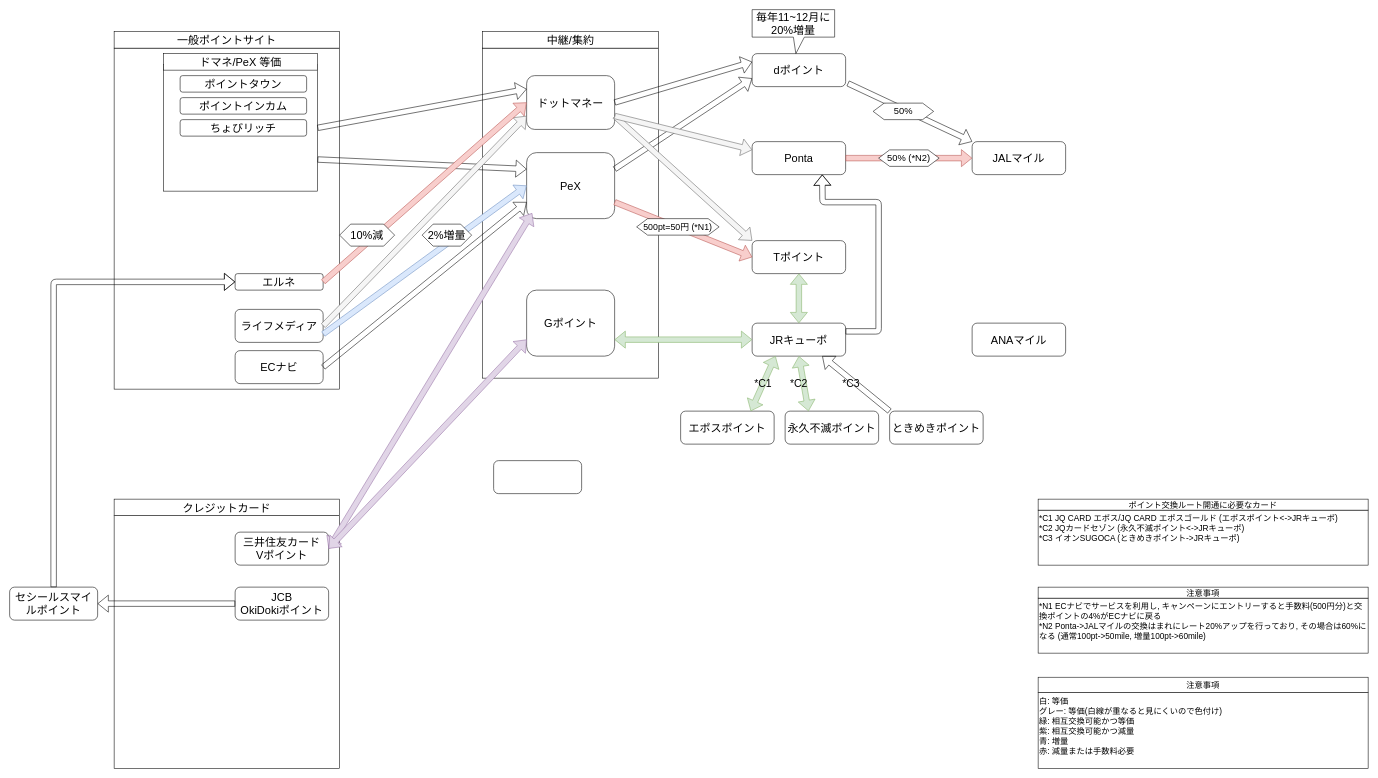
Above: ポイントフロー.drawio in hiroxto/point-flow (draw.io), before the change. Source tidied: cells renumbered, new cells numbered last; positions are measured from the earlier drawing's top-left corner, leaving out a move shared by most shapes. Both pictures are drawn from the tidied source at 55%, with x=0, y=0 at pixel (9, 9).
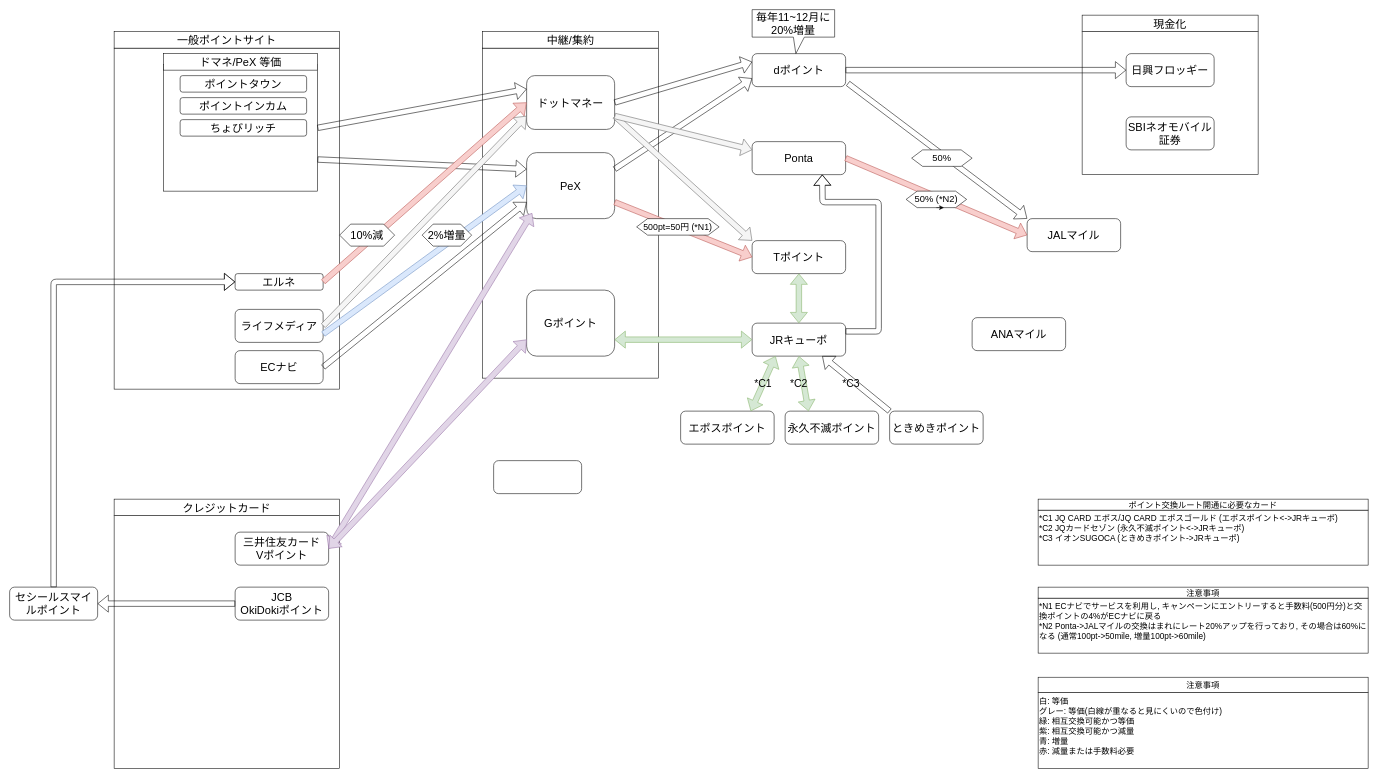
The same diagram, later.

Commit message:
Update ポイントフロー.drawio

Unchanged cells that the change refers to:
```xml
<mxCell id="49" value="&lt;div style=&quot;font-size: 20px;&quot; align=&quot;center&quot;&gt;&lt;font style=&quot;font-size: 20px;&quot;&gt;dポイント&lt;/font&gt;&lt;/div&gt;" style="rounded=1;whiteSpace=wrap;html=1;align=center;fontSize=20;" parent="48" vertex="1">
  <mxGeometry y="75" width="170" height="60" as="geometry" />
</mxCell>
```

The edit, as a diff of the source:
```diff
@@
+    <mxCell id="77" style="group;" parent="1" vertex="1">
+      <mxGeometry x="1950" y="10" width="320" height="290" as="geometry" />
+    </mxCell>
+    <mxCell id="78" style="rounded=0;whiteSpace=wrap;html=1;fontSize=20;fillColor=none;" parent="77" vertex="1">
+      <mxGeometry y="30" width="320" height="260" as="geometry" />
+    </mxCell>
+    <mxCell id="79" value="現金化" style="rounded=0;whiteSpace=wrap;html=1;fontSize=20;" parent="77" vertex="1">
+      <mxGeometry width="320" height="30" as="geometry" />
+    </mxCell>
@@
     <mxCell id="45" value="JALマイル" style="rounded=1;whiteSpace=wrap;html=1;fontSize=20;" parent="1" vertex="1">
-      <mxGeometry x="1750" y="240" width="170" height="60" as="geometry" />
+      <mxGeometry x="1850" y="380" width="170" height="60" as="geometry" />
     </mxCell>
     <mxCell id="46" value="ANAマイル" style="rounded=1;whiteSpace=wrap;html=1;fontSize=20;" parent="1" vertex="1">
-      <mxGeometry x="1750" y="570" width="170" height="60" as="geometry" />
+      <mxGeometry x="1750" y="560" width="170" height="60" as="geometry" />
     </mxCell>
@@
     <mxCell id="54" value="50% (*N2)" style="shape=hexagon;perimeter=hexagonPerimeter2;whiteSpace=wrap;html=1;fixedSize=1;fontSize=17;" parent="1" vertex="1">
-      <mxGeometry x="1580" y="255" width="110" height="30" as="geometry" />
+      <mxGeometry x="1630" y="330" width="110" height="30" as="geometry" />
     </mxCell>
@@
     <mxCell id="73" value="50%" style="shape=hexagon;perimeter=hexagonPerimeter2;whiteSpace=wrap;html=1;fixedSize=1;fontSize=17;" parent="1" vertex="1">
-      <mxGeometry x="1570" y="170" width="110" height="30" as="geometry" />
+      <mxGeometry x="1640" y="255" width="110" height="30" as="geometry" />
     </mxCell>
@@
+    <mxCell id="80" value="日興フロッギー" style="rounded=1;whiteSpace=wrap;html=1;fontSize=20;" parent="1" vertex="1">
+      <mxGeometry x="2030" y="80" width="160" height="60" as="geometry" />
+    </mxCell>
+    <mxCell id="81" style="shape=flexArrow;endArrow=classic;html=1;entryX=0;entryY=0.5;entryDx=0;entryDy=0;exitX=1;exitY=0.5;exitDx=0;exitDy=0;" parent="1" edge="1" source="49" target="80">
+      <mxGeometry relative="1" as="geometry" />
+    </mxCell>
+    <mxCell id="82" value="SBIネオモバイル証券" style="rounded=1;whiteSpace=wrap;html=1;fontSize=20;" parent="1" vertex="1">
+      <mxGeometry x="2030" y="195" width="160" height="60" as="geometry" />
+    </mxCell>
+    <mxCell id="83" style="edgeStyle=orthogonalEdgeStyle;rounded=0;orthogonalLoop=1;jettySize=auto;html=1;exitX=0.5;exitY=1;exitDx=0;exitDy=0;entryX=0.625;entryY=1;entryDx=0;entryDy=0;" parent="1" edge="1" source="54" target="54">
+      <mxGeometry relative="1" as="geometry" />
+    </mxCell>
```
